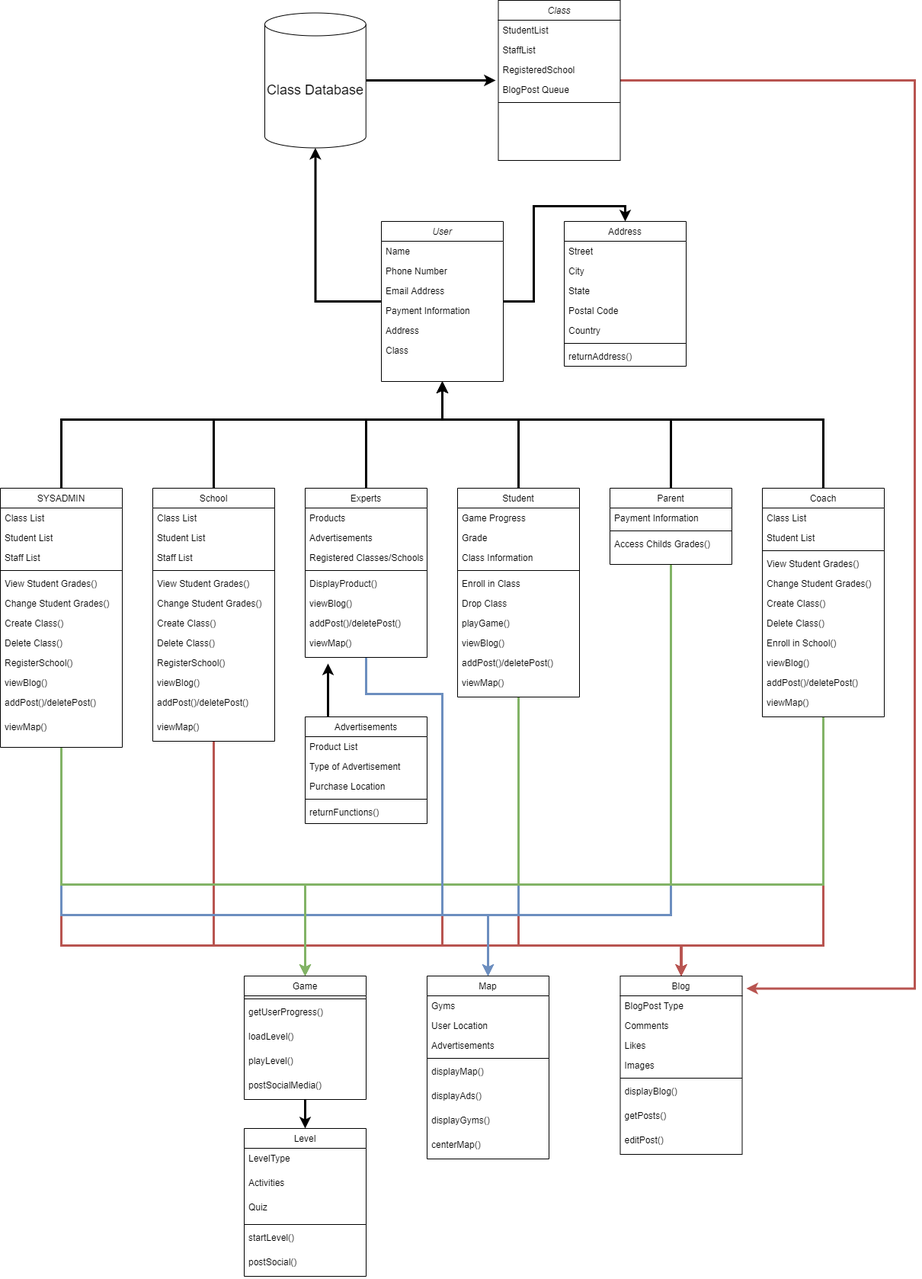
Above: Deliverables/Week_4/Class Diagram.png in Hanandrof/Group-3-Repository (draw.io), before the change. Source tidied: cells renumbered, new cells last; positions are measured from the earlier drawing's top-left corner, leaving out a move shared by most shapes.
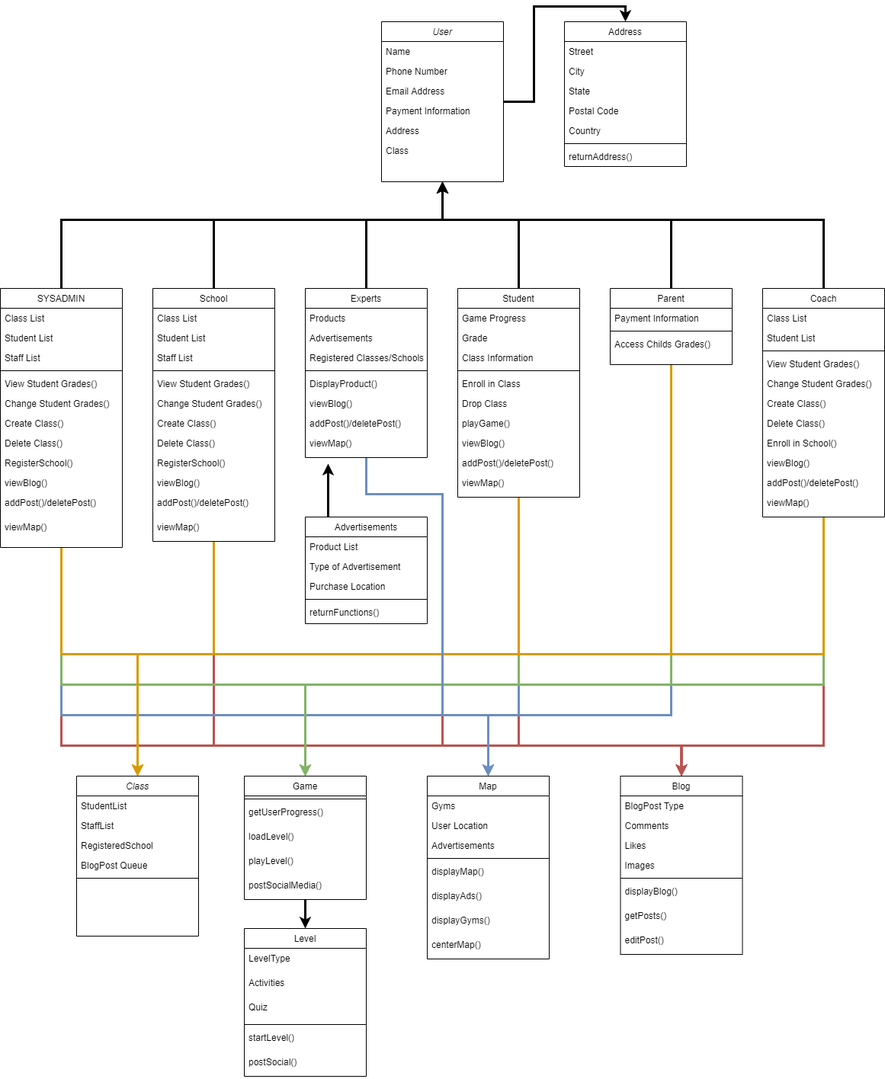
Above is the later version.

Change to the diagram source:
```diff
@@ -5,9 +5,6 @@
     <mxCell id="2" style="edgeStyle=orthogonalEdgeStyle;rounded=0;jettySize=auto;html=1;entryX=0.5;entryY=0;entryDx=0;entryDy=0;strokeWidth=3;" parent="1" edge="1" source="4" target="25">
       <mxGeometry relative="1" as="geometry" />
     </mxCell>
-    <mxCell id="3" style="edgeStyle=orthogonalEdgeStyle;rounded=0;jettySize=auto;html=1;entryX=0.5;entryY=1;entryDx=0;entryDy=0;entryPerimeter=0;strokeWidth=3;" parent="1" edge="1" source="4" target="147">
-      <mxGeometry relative="1" as="geometry" />
-    </mxCell>
     <mxCell id="4" value="User" style="swimlane;fontStyle=2;align=center;verticalAlign=top;horizontal=1;startSize=26;rounded=0;shadow=0;strokeWidth=1;" parent="1" vertex="1">
       <mxGeometry x="500" y="290" width="160" height="210" as="geometry" />
     </mxCell>
@@ -79,6 +76,14 @@
         </Array>
       </mxGeometry>
     </mxCell>
+    <mxCell id="148" style="edgeStyle=orthogonalEdgeStyle;rounded=0;jettySize=auto;html=1;strokeWidth=3;fillColor=#ffe6cc;strokeColor=#d79b00;" parent="1" edge="1" source="21" target="140">
+      <mxGeometry relative="1" as="geometry">
+        <Array as="points">
+          <mxPoint x="880" y="1120" />
+          <mxPoint x="180" y="1120" />
+        </Array>
+      </mxGeometry>
+    </mxCell>
     <mxCell id="21" value="Parent" style="swimlane;fontStyle=0;align=center;verticalAlign=top;horizontal=1;startSize=26;rounded=0;shadow=0;strokeWidth=1;" parent="1" vertex="1">
       <mxGeometry x="800" y="640" width="160" height="100" as="geometry" />
     </mxCell>
@@ -139,6 +144,14 @@
         </Array>
       </mxGeometry>
     </mxCell>
+    <mxCell id="149" style="edgeStyle=orthogonalEdgeStyle;rounded=0;jettySize=auto;html=1;entryX=0.5;entryY=0;entryDx=0;entryDy=0;strokeWidth=3;fillColor=#ffe6cc;strokeColor=#d79b00;" parent="1" edge="1" source="36" target="140">
+      <mxGeometry relative="1" as="geometry">
+        <Array as="points">
+          <mxPoint x="1080" y="1120" />
+          <mxPoint x="180" y="1120" />
+        </Array>
+      </mxGeometry>
+    </mxCell>
     <mxCell id="36" value="Coach" style="swimlane;fontStyle=0;align=center;verticalAlign=top;horizontal=1;startSize=26;rounded=0;shadow=0;strokeWidth=1;" parent="1" vertex="1">
       <mxGeometry x="1000" y="640" width="160" height="300" as="geometry" />
     </mxCell>
@@ -207,6 +220,14 @@
         </Array>
       </mxGeometry>
     </mxCell>
+    <mxCell id="150" style="edgeStyle=orthogonalEdgeStyle;rounded=0;jettySize=auto;html=1;strokeWidth=3;fillColor=#ffe6cc;strokeColor=#d79b00;" parent="1" edge="1" source="52" target="140">
+      <mxGeometry relative="1" as="geometry">
+        <Array as="points">
+          <mxPoint x="680" y="1120" />
+          <mxPoint x="180" y="1120" />
+        </Array>
+      </mxGeometry>
+    </mxCell>
     <mxCell id="52" value="Student" style="swimlane;fontStyle=0;align=center;verticalAlign=top;horizontal=1;startSize=26;rounded=0;shadow=0;strokeWidth=1;" parent="1" vertex="1">
       <mxGeometry x="600" y="640" width="160" height="274" as="geometry" />
     </mxCell>
@@ -311,6 +332,14 @@
         </Array>
       </mxGeometry>
     </mxCell>
+    <mxCell id="151" style="edgeStyle=orthogonalEdgeStyle;rounded=0;jettySize=auto;html=1;entryX=0.5;entryY=0;entryDx=0;entryDy=0;strokeWidth=3;fillColor=#ffe6cc;strokeColor=#d79b00;" parent="1" edge="1" source="77" target="140">
+      <mxGeometry relative="1" as="geometry">
+        <Array as="points">
+          <mxPoint x="280" y="1120" />
+          <mxPoint x="180" y="1120" />
+        </Array>
+      </mxGeometry>
+    </mxCell>
     <mxCell id="77" value="School" style="swimlane;fontStyle=0;align=center;verticalAlign=top;horizontal=1;startSize=26;rounded=0;shadow=0;strokeWidth=1;" parent="1" vertex="1">
       <mxGeometry x="200" y="640" width="160" height="332" as="geometry" />
     </mxCell>
@@ -382,6 +411,14 @@
         </Array>
       </mxGeometry>
     </mxCell>
+    <mxCell id="152" style="edgeStyle=orthogonalEdgeStyle;rounded=0;jettySize=auto;html=1;entryX=0.5;entryY=0;entryDx=0;entryDy=0;strokeWidth=3;fillColor=#ffe6cc;strokeColor=#d79b00;" parent="1" edge="1" source="94" target="140">
+      <mxGeometry relative="1" as="geometry">
+        <Array as="points">
+          <mxPoint x="80" y="1120" />
+          <mxPoint x="180" y="1120" />
+        </Array>
+      </mxGeometry>
+    </mxCell>
     <mxCell id="94" value="SYSADMIN" style="swimlane;fontStyle=0;align=center;verticalAlign=top;horizontal=1;startSize=26;rounded=0;shadow=0;strokeWidth=1;" parent="1" vertex="1">
       <mxGeometry y="640" width="160" height="340" as="geometry" />
     </mxCell>
@@ -517,16 +554,8 @@
     <mxCell id="138" value="postSocial()" style="text;align=left;verticalAlign=top;spacingLeft=4;spacingRight=4;overflow=hidden;rounded=0;shadow=0;html=0;" parent="132" vertex="1">
       <mxGeometry y="162" width="160" height="32" as="geometry" />
     </mxCell>
-    <mxCell id="139" style="edgeStyle=orthogonalEdgeStyle;rounded=0;jettySize=auto;html=1;entryX=1.035;entryY=0.07;entryDx=0;entryDy=0;entryPerimeter=0;strokeWidth=3;fillColor=#f8cecc;strokeColor=#b85450;" parent="1" edge="1" source="140" target="107">
-      <mxGeometry relative="1" as="geometry">
-        <Array as="points">
-          <mxPoint x="1200" y="105" />
-          <mxPoint x="1200" y="1296" />
-        </Array>
-      </mxGeometry>
-    </mxCell>
     <mxCell id="140" value="Class" style="swimlane;fontStyle=2;align=center;verticalAlign=top;horizontal=1;startSize=26;rounded=0;shadow=0;strokeWidth=1;" parent="1" vertex="1">
-      <mxGeometry x="653.5" width="160" height="210" as="geometry" />
+      <mxGeometry x="100" y="1280" width="160" height="210" as="geometry" />
     </mxCell>
     <mxCell id="141" value="StudentList" style="text;align=left;verticalAlign=top;spacingLeft=4;spacingRight=4;overflow=hidden;" parent="140" vertex="1">
       <mxGeometry y="26" width="160" height="26" as="geometry" />
@@ -543,13 +572,5 @@
     <mxCell id="145" style="line;html=1;strokeWidth=1;align=left;verticalAlign=middle;spacingTop=-1;spacingLeft=3;spacingRight=3;labelPosition=right;" parent="140" vertex="1">
       <mxGeometry y="130" width="160" height="8" as="geometry" />
     </mxCell>
-    <mxCell id="146" style="edgeStyle=orthogonalEdgeStyle;rounded=0;jettySize=auto;html=1;strokeWidth=3;" parent="1" edge="1" source="147">
-      <mxGeometry relative="1" as="geometry">
-        <mxPoint x="650" y="105" as="targetPoint" />
-      </mxGeometry>
-    </mxCell>
-    <mxCell id="147" value="&lt;font style=&quot;font-size: 18px&quot;&gt;Class Database&lt;/font&gt;" style="shape=cylinder3;whiteSpace=wrap;html=1;boundedLbl=1;backgroundOutline=1;size=15;" parent="1" vertex="1">
-      <mxGeometry x="347" y="16.5" width="132.8" height="177" as="geometry" />
-    </mxCell>
   </root>
 </mxGraphModel>
```
